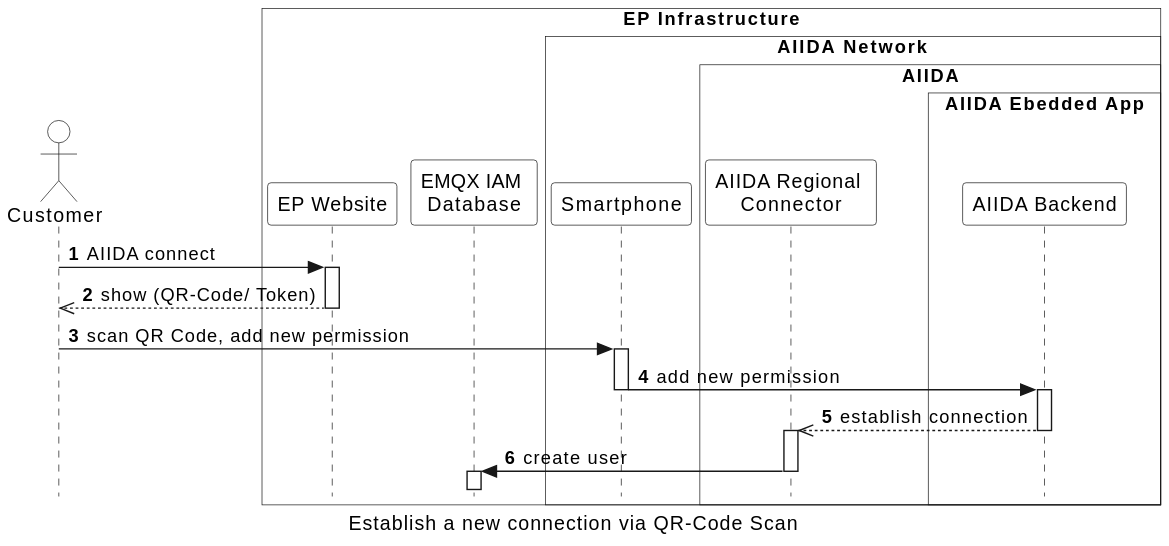
The PlantUML diagram arc42/aiida/runtime-view/figures/aiida_new_connection_qr.svg in eddie-energy/architecture, before a commit.
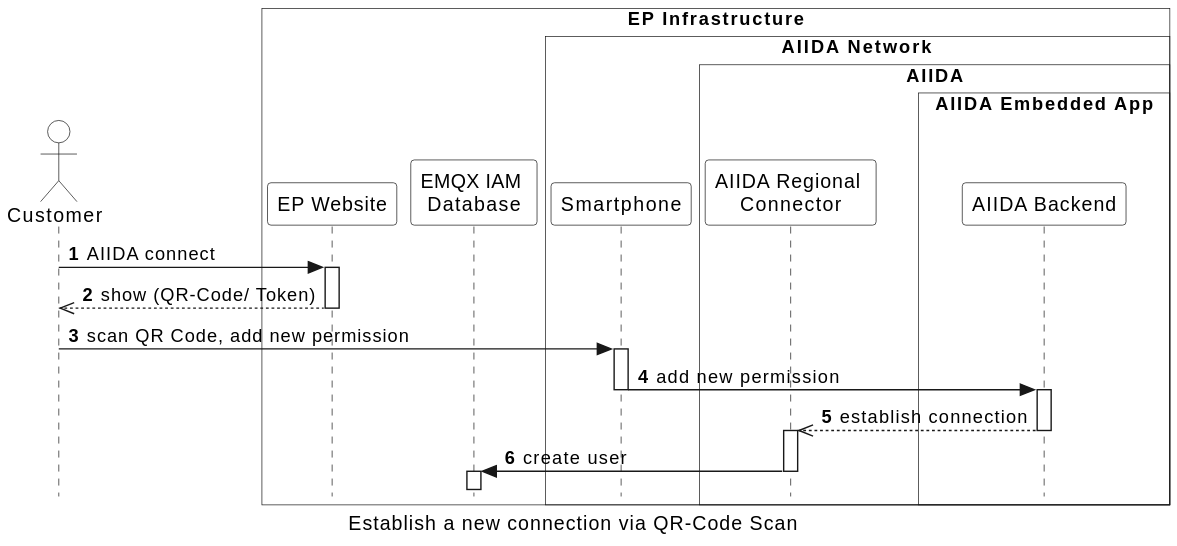
Later version of the same file.

What changed in the source:
```diff
@@ -18,7 +18,7 @@
     participant "Smartphone" as smartphone
     box "AIIDA" #transparent
     participant "AIIDA Regional \nConnector" as connector
-       box "AIIDA Ebedded App" #transparent
+       box "AIIDA Embedded App" #transparent
       participant "AIIDA Backend" as backend
     end box
   end box
```
